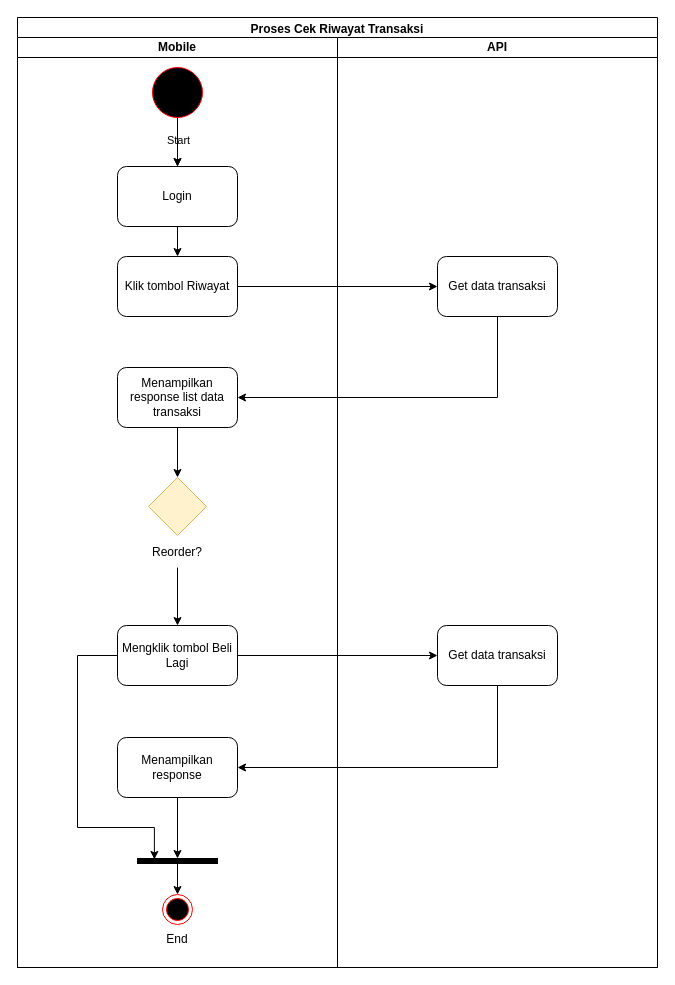
foxxxesky/Final-Projects-Backend-OVO keeps this draw.io diagram as page "Cek Riwayat Transaksi" (7 of 13) of requirements/Activity Diagram.drawio. Above is the earlier version. Source tidied: cells renumbered, new cells numbered last; positions are measured from the earlier drawing's top-left corner, leaving out a move shared by most shapes. Both pictures are drawn from the tidied source at 100%, with x=0, y=0 at pixel (17, 17).
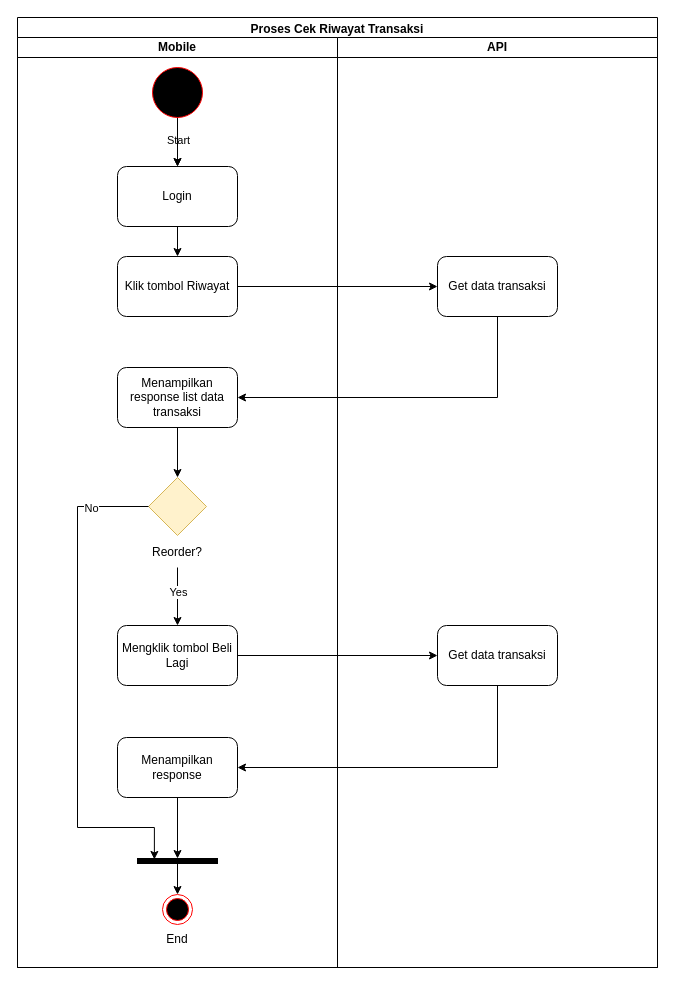
The same page after the edit.

Unchanged cells that the change refers to:
```xml
<mxCell id="3" value="Mobile" style="swimlane;startSize=20;whiteSpace=wrap;html=1;" parent="2" vertex="1">
  <mxGeometry y="20" width="320" height="930" as="geometry" />
</mxCell>
<mxCell id="13" style="rhombus;whiteSpace=wrap;html=1;fillColor=#fff2cc;strokeColor=#d6b656;" parent="3" vertex="1">
  <mxGeometry x="131" y="440" width="58" height="58" as="geometry" />
</mxCell>
<mxCell id="14" style="edgeStyle=orthogonalEdgeStyle;rounded=0;html=1;" parent="3" edge="1" source="15" target="21">
  <mxGeometry relative="1" as="geometry" />
</mxCell>
<mxCell id="19" style="html=1;points=[];perimeter=orthogonalPerimeter;fillColor=strokeColor;direction=south;" parent="3" vertex="1">
  <mxGeometry x="120" y="821" width="80" height="5" as="geometry" />
</mxCell>
<mxCell id="21" value="Mengklik tombol Beli Lagi" style="whiteSpace=wrap;html=1;fillColor=none;rounded=1;" parent="3" vertex="1">
  <mxGeometry x="100" y="588" width="120" height="60" as="geometry" />
</mxCell>
```

What changed in the source:
```diff
@@
+    <mxCell id="31" value="Yes" style="edgeLabel;html=1;align=center;verticalAlign=middle;" parent="14" vertex="1">
+      <mxGeometry x="-0.16" relative="1" as="geometry" />
+    </mxCell>
@@
-    <mxCell id="20" style="edgeStyle=orthogonalEdgeStyle;rounded=0;html=1;entryX=0.186;entryY=0.789;entryDx=0;entryDy=0;entryPerimeter=0;" parent="3" edge="1" source="21" target="19">
+    <mxCell id="20" style="edgeStyle=orthogonalEdgeStyle;rounded=0;html=1;entryX=0.186;entryY=0.789;entryDx=0;entryDy=0;entryPerimeter=0;exitX=0;exitY=0.5;exitDx=0;exitDy=0;" parent="3" edge="1" source="13" target="19">
       <mxGeometry relative="1" as="geometry">
         <Array as="points">
-          <mxPoint x="60" y="618" />
+          <mxPoint x="60" y="469" />
           <mxPoint x="60" y="790" />
           <mxPoint x="137" y="790" />
         </Array>
       </mxGeometry>
     </mxCell>
+    <mxCell id="32" value="No" style="edgeLabel;html=1;align=center;verticalAlign=middle;" parent="20" vertex="1">
+      <mxGeometry x="-0.77" y="1" relative="1" as="geometry" />
+    </mxCell>
```
